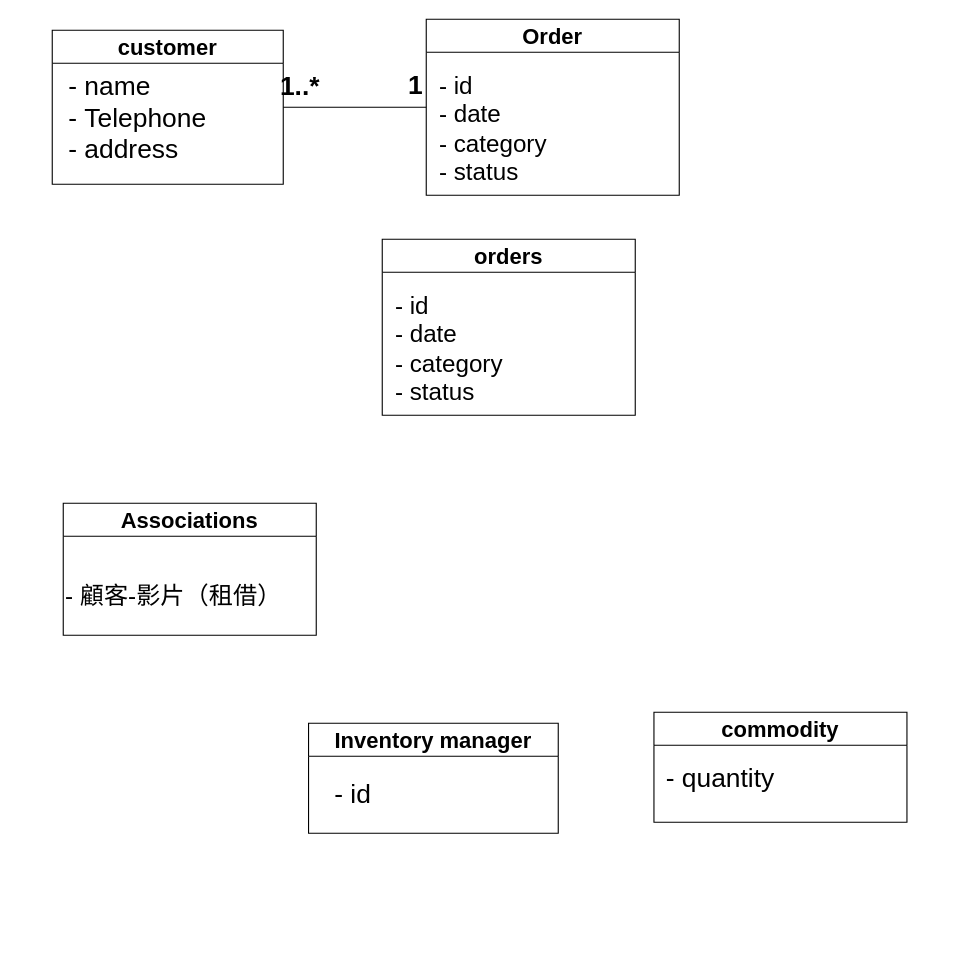
as37470317/112-2Finalproject keeps this draw.io diagram as page "第1頁" (1 of 2) of answer.drawio. Above is the earlier version. Source tidied: cells renumbered, new cells numbered last; positions are measured from the earlier drawing's top-left corner, leaving out a move shared by most shapes. Both pictures are drawn from the tidied source at 110%, with x=0, y=0 at pixel (52, 19).
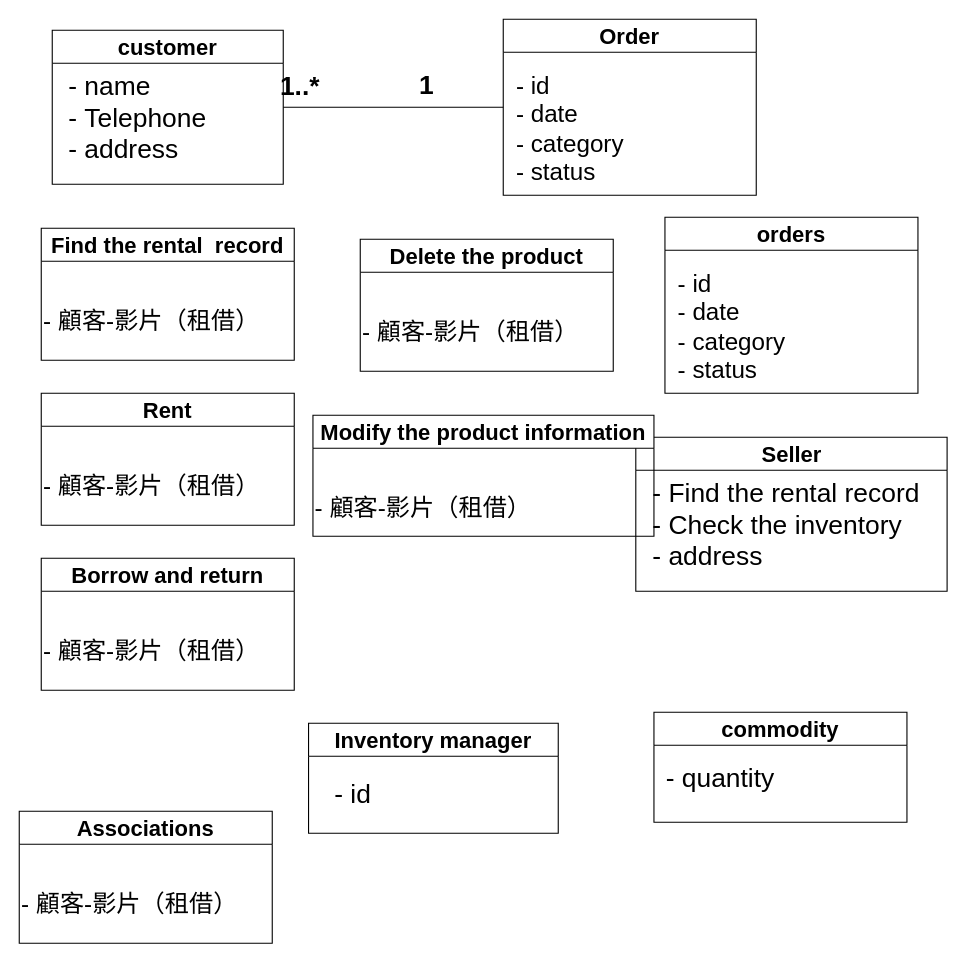
After the change.

Commit message:
初步類別圖 未完成

Change to the diagram source:
```diff
@@
     <mxCell id="2" value="&lt;font style=&quot;font-size: 20px;&quot;&gt;orders&lt;/font&gt;" style="swimlane;whiteSpace=wrap;html=1;startSize=30;" parent="1" vertex="1">
-      <mxGeometry x="300" y="200" width="230" height="160" as="geometry" />
+      <mxGeometry x="557" y="180" width="230" height="160" as="geometry" />
     </mxCell>
@@
     <mxCell id="4" value="&lt;font style=&quot;font-size: 20px;&quot;&gt;Associations&lt;/font&gt;" style="swimlane;whiteSpace=wrap;html=1;startSize=30;" parent="1" vertex="1">
-      <mxGeometry x="10" y="440" width="230" height="120" as="geometry" />
+      <mxGeometry x="-30" y="720" width="230" height="120" as="geometry" />
     </mxCell>
@@
     <mxCell id="14" value="1" style="text;strokeColor=none;fillColor=none;html=1;fontSize=24;fontStyle=1;verticalAlign=middle;align=center;" parent="1" vertex="1">
-      <mxGeometry x="280" y="40" width="100" height="40" as="geometry" />
+      <mxGeometry x="290" y="40" width="100" height="40" as="geometry" />
     </mxCell>
     <mxCell id="15" value="&lt;font style=&quot;font-size: 20px;&quot;&gt;Order&lt;/font&gt;" style="swimlane;whiteSpace=wrap;html=1;startSize=30;" parent="1" vertex="1">
-      <mxGeometry x="340" width="230" height="160" as="geometry" />
+      <mxGeometry x="410" width="230" height="160" as="geometry" />
     </mxCell>
@@
+    <mxCell id="17" value="&lt;span style=&quot;font-size: 20px;&quot;&gt;Seller&lt;/span&gt;" style="swimlane;whiteSpace=wrap;html=1;startSize=30;" parent="1" vertex="1">
+      <mxGeometry x="530.5" y="380" width="283" height="140" as="geometry" />
+    </mxCell>
+    <mxCell id="18" value="&lt;font style=&quot;&quot;&gt;&lt;span style=&quot;font-size: 24px;&quot;&gt;- Find the rental record&lt;/span&gt;&lt;br&gt;&lt;span style=&quot;font-size: 24px;&quot;&gt;- Check the inventory&lt;/span&gt;&lt;br&gt;&lt;span style=&quot;font-size: 24px;&quot;&gt;- address&lt;/span&gt;&lt;br&gt;&lt;/font&gt;" style="text;html=1;align=left;verticalAlign=middle;strokeColor=none;fillColor=none;" parent="17" vertex="1">
+      <mxGeometry x="13" y="30" width="270" height="100" as="geometry" />
+    </mxCell>
+    <mxCell id="19" value="&lt;span style=&quot;font-size: 20px;&quot;&gt;Find the rental&amp;nbsp; record&lt;/span&gt;" style="swimlane;whiteSpace=wrap;html=1;startSize=30;" parent="1" vertex="1">
+      <mxGeometry x="-10" y="190" width="230" height="120" as="geometry" />
+    </mxCell>
+    <mxCell id="20" value="&lt;font style=&quot;font-size: 22px;&quot;&gt; - 顧客-影片（租借）&lt;br&gt;&lt;/font&gt;" style="text;html=1;align=left;verticalAlign=middle;strokeColor=none;fillColor=none;" parent="19" vertex="1">
+      <mxGeometry y="65" width="220" height="40" as="geometry" />
+    </mxCell>
+    <mxCell id="21" value="&lt;span style=&quot;font-size: 20px;&quot;&gt;Rent&lt;/span&gt;" style="swimlane;whiteSpace=wrap;html=1;startSize=30;" parent="1" vertex="1">
+      <mxGeometry x="-10" y="340" width="230" height="120" as="geometry" />
+    </mxCell>
+    <mxCell id="22" value="&lt;font style=&quot;font-size: 22px;&quot;&gt; - 顧客-影片（租借）&lt;br&gt;&lt;/font&gt;" style="text;html=1;align=left;verticalAlign=middle;strokeColor=none;fillColor=none;" parent="21" vertex="1">
+      <mxGeometry y="65" width="220" height="40" as="geometry" />
+    </mxCell>
+    <mxCell id="23" value="&lt;span style=&quot;font-size: 20px;&quot;&gt;Borrow and return&lt;/span&gt;" style="swimlane;whiteSpace=wrap;html=1;startSize=30;" parent="1" vertex="1">
+      <mxGeometry x="-10" y="490" width="230" height="120" as="geometry" />
+    </mxCell>
+    <mxCell id="24" value="&lt;font style=&quot;font-size: 22px;&quot;&gt; - 顧客-影片（租借）&lt;br&gt;&lt;/font&gt;" style="text;html=1;align=left;verticalAlign=middle;strokeColor=none;fillColor=none;" parent="23" vertex="1">
+      <mxGeometry y="65" width="220" height="40" as="geometry" />
+    </mxCell>
+    <mxCell id="25" value="&lt;span style=&quot;font-size: 20px;&quot;&gt;Delete the product&lt;/span&gt;" style="swimlane;whiteSpace=wrap;html=1;startSize=30;" parent="1" vertex="1">
+      <mxGeometry x="280" y="200" width="230" height="120" as="geometry" />
+    </mxCell>
+    <mxCell id="26" value="&lt;font style=&quot;font-size: 22px;&quot;&gt; - 顧客-影片（租借）&lt;br&gt;&lt;/font&gt;" style="text;html=1;align=left;verticalAlign=middle;strokeColor=none;fillColor=none;" parent="25" vertex="1">
+      <mxGeometry y="65" width="220" height="40" as="geometry" />
+    </mxCell>
+    <mxCell id="27" value="&lt;span style=&quot;font-size: 20px;&quot;&gt;Modify the product information&lt;/span&gt;" style="swimlane;whiteSpace=wrap;html=1;startSize=30;" parent="1" vertex="1">
+      <mxGeometry x="237" y="360" width="310" height="110" as="geometry" />
+    </mxCell>
+    <mxCell id="28" value="&lt;font style=&quot;font-size: 22px;&quot;&gt; - 顧客-影片（租借）&lt;br&gt;&lt;/font&gt;" style="text;html=1;align=left;verticalAlign=middle;strokeColor=none;fillColor=none;" parent="27" vertex="1">
+      <mxGeometry y="65" width="220" height="40" as="geometry" />
+    </mxCell>
```
